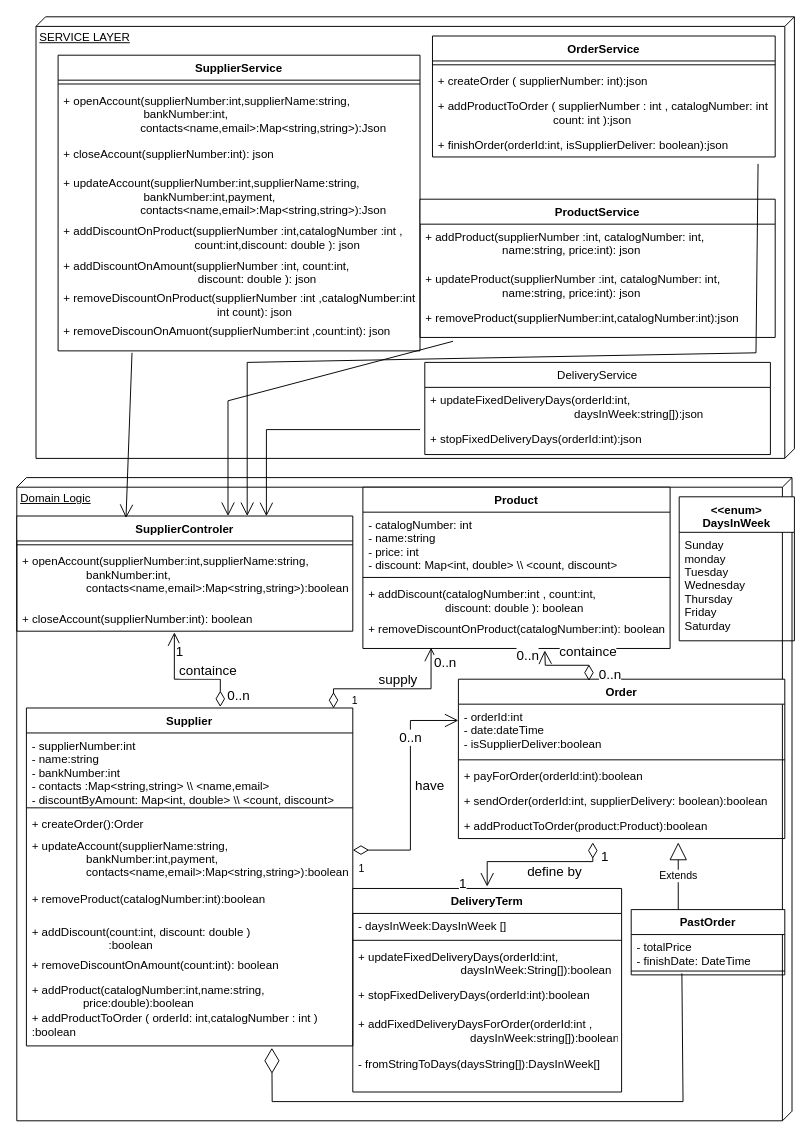
Before: page "service-domain" (1 of 3) of docs/diagram.drawio in Naveavra/Market, a draw.io diagram. Source tidied: cells renumbered, new cells numbered last; positions are measured from the earlier drawing's top-left corner, leaving out a move shared by most shapes. Both pictures are drawn from the tidied source at 96%, with x=0, y=0 at pixel (16, 16).
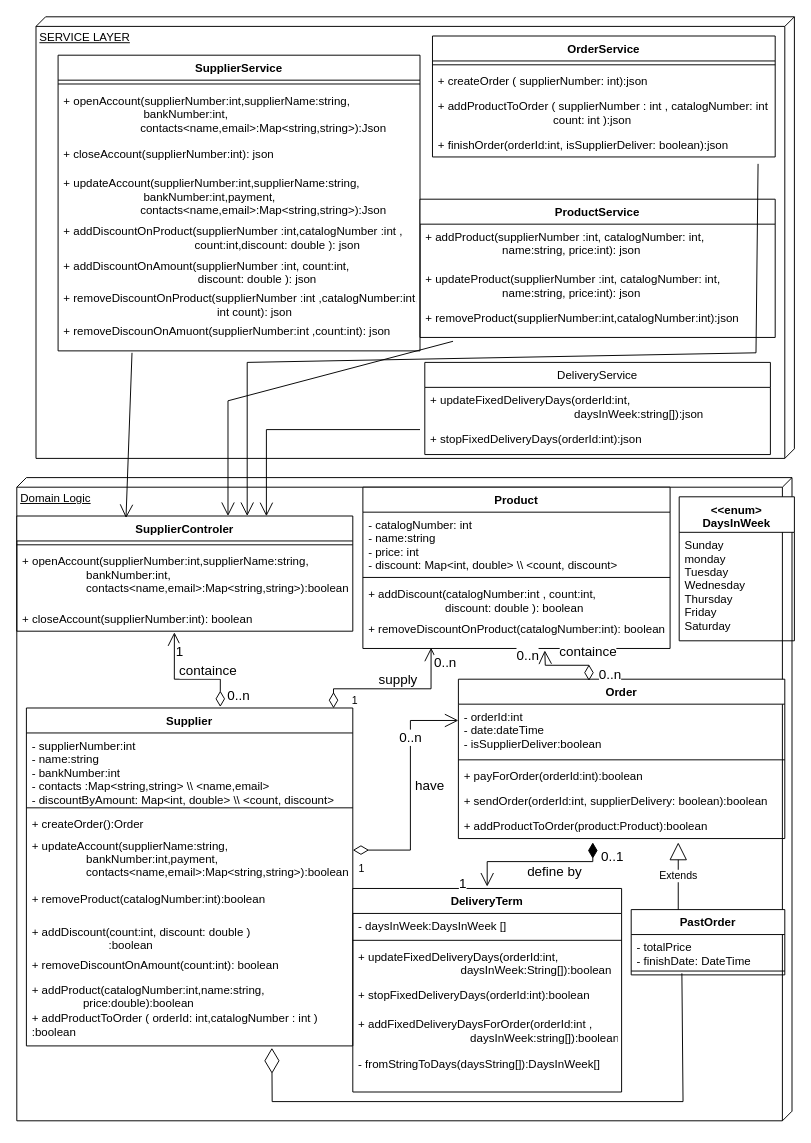
The same page after the edit.

Change to the diagram source:
```diff
@@
-    <mxCell id="68" value="define by" style="endArrow=open;html=1;endSize=12;startArrow=diamondThin;startSize=14;startFill=0;edgeStyle=orthogonalEdgeStyle;rounded=0;fontSize=14;" parent="1" edge="1">
+    <mxCell id="68" value="define by" style="endArrow=open;html=1;endSize=12;startArrow=diamondThin;startSize=14;startFill=1;edgeStyle=orthogonalEdgeStyle;rounded=0;fontSize=14;" parent="1" edge="1">
       <mxGeometry x="-0.23" y="10" relative="1" as="geometry">
         <mxPoint x="600" y="860" as="sourcePoint" />
         <mxPoint x="490" y="906" as="targetPoint" />
         <Array as="points">
           <mxPoint x="600" y="880" />
           <mxPoint x="490" y="880" />
         </Array>
       </mxGeometry>
     </mxCell>
-    <mxCell id="69" value="1" style="edgeLabel;html=1;align=left;verticalAlign=top;fontSize=14;" parent="68" vertex="1">
+    <mxCell id="69" value="0..1" style="edgeLabel;html=1;align=left;verticalAlign=top;fontSize=14;" parent="68" vertex="1">
       <mxGeometry x="-1" relative="1" as="geometry">
         <mxPoint x="7" as="offset" />
       </mxGeometry>
     </mxCell>
```
